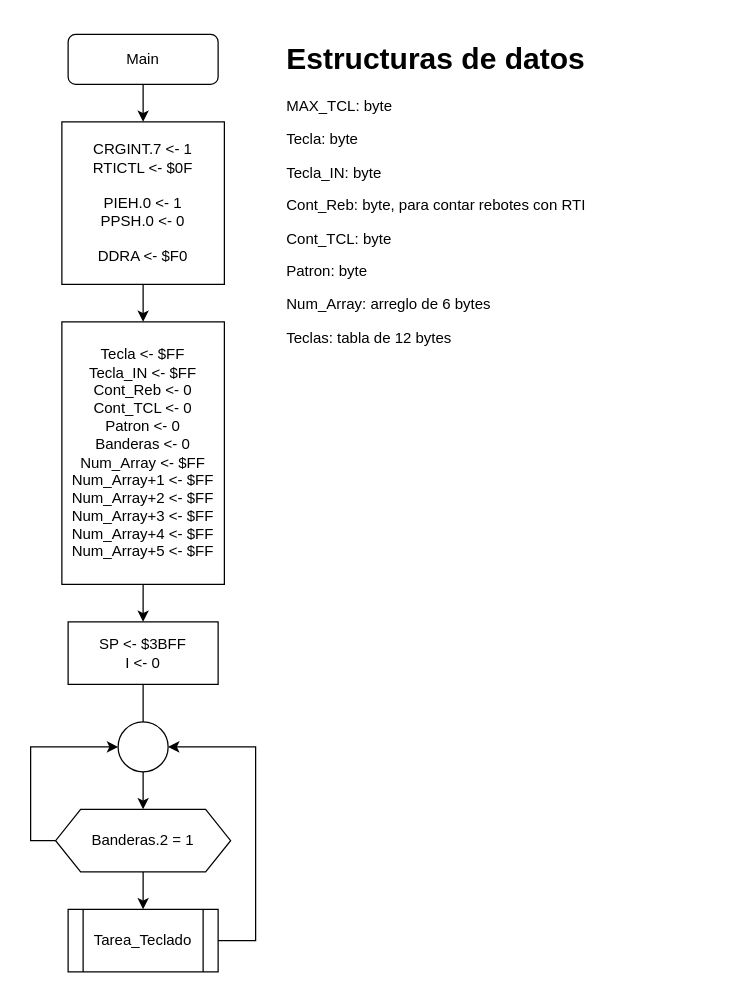
This is Tarea 4/ProgramaPrincipall.drawio from robz25/Microprocesadores, a draw.io file, before an edit. Source tidied: cells renumbered, new cells numbered last; positions are measured from the earlier drawing's top-left corner, leaving out a move shared by most shapes. Both pictures are drawn from the tidied source at 125%, with x=0, y=0 at pixel (30, 34).
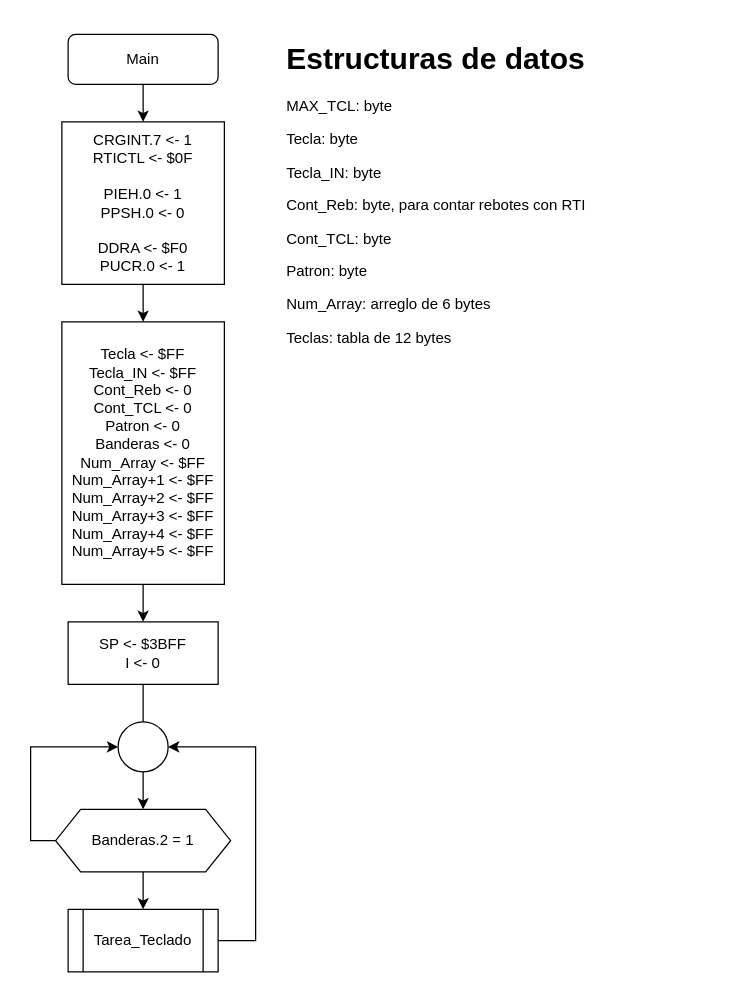
After the change.

Diff of the diagram source:
```diff
@@
-    <mxCell id="7" value="&lt;div&gt;CRGINT.7 &amp;lt;- 1&lt;br&gt;&lt;/div&gt;&lt;div&gt;RTICTL &amp;lt;- $0F&lt;/div&gt;&lt;div&gt;&lt;br&gt;&lt;/div&gt;&lt;div&gt;PIEH.0 &amp;lt;- 1&lt;/div&gt;&lt;div&gt;PPSH.0 &amp;lt;- 0&lt;/div&gt;&lt;div&gt;&lt;br&gt;&lt;/div&gt;&lt;div&gt;DDRA &amp;lt;- $F0&lt;/div&gt;" style="rounded=0;whiteSpace=wrap;html=1;" parent="1" vertex="1">
+    <mxCell id="7" value="&lt;div&gt;CRGINT.7 &amp;lt;- 1&lt;br&gt;&lt;/div&gt;&lt;div&gt;RTICTL &amp;lt;- $0F&lt;/div&gt;&lt;div&gt;&lt;br&gt;&lt;/div&gt;&lt;div&gt;PIEH.0 &amp;lt;- 1&lt;/div&gt;&lt;div&gt;PPSH.0 &amp;lt;- 0&lt;/div&gt;&lt;div&gt;&lt;br&gt;&lt;/div&gt;&lt;div&gt;DDRA &amp;lt;- $F0&lt;/div&gt;&lt;div&gt;PUCR.0 &amp;lt;- 1&lt;br&gt;&lt;/div&gt;" style="rounded=0;whiteSpace=wrap;html=1;" parent="1" vertex="1">
       <mxGeometry x="25" y="70" width="130" height="130" as="geometry" />
     </mxCell>
```
